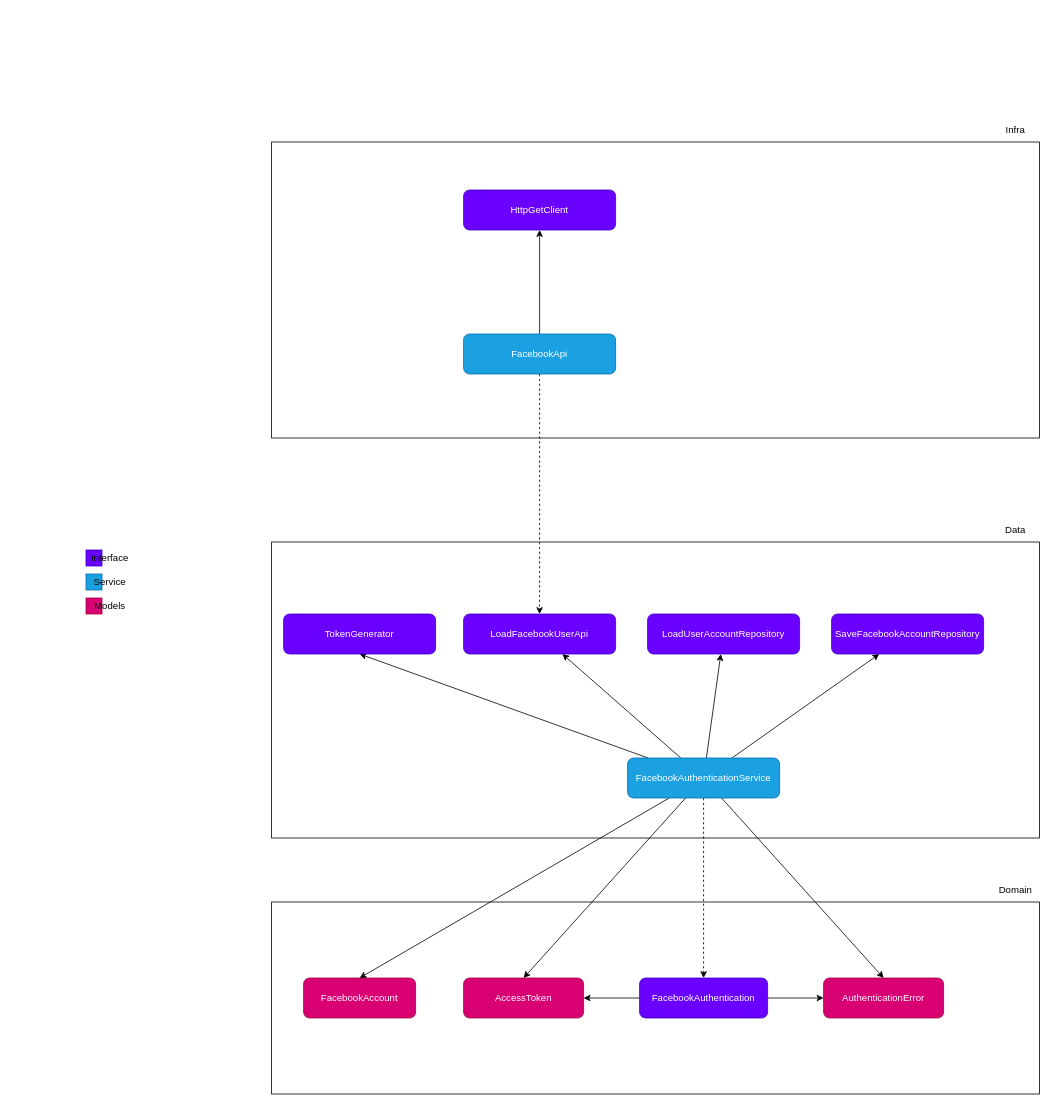
diogo-braz/facebook-api-integration keeps this draw.io diagram as docs/facebook-authentication/dependencies.drawio. Above is the earlier version. Source tidied: cells renumbered, new cells numbered last; positions are measured from the earlier drawing's top-left corner, leaving out a move shared by most shapes. Both pictures are drawn from the tidied source at 80%, with x=0, y=0 at pixel (86, 118).
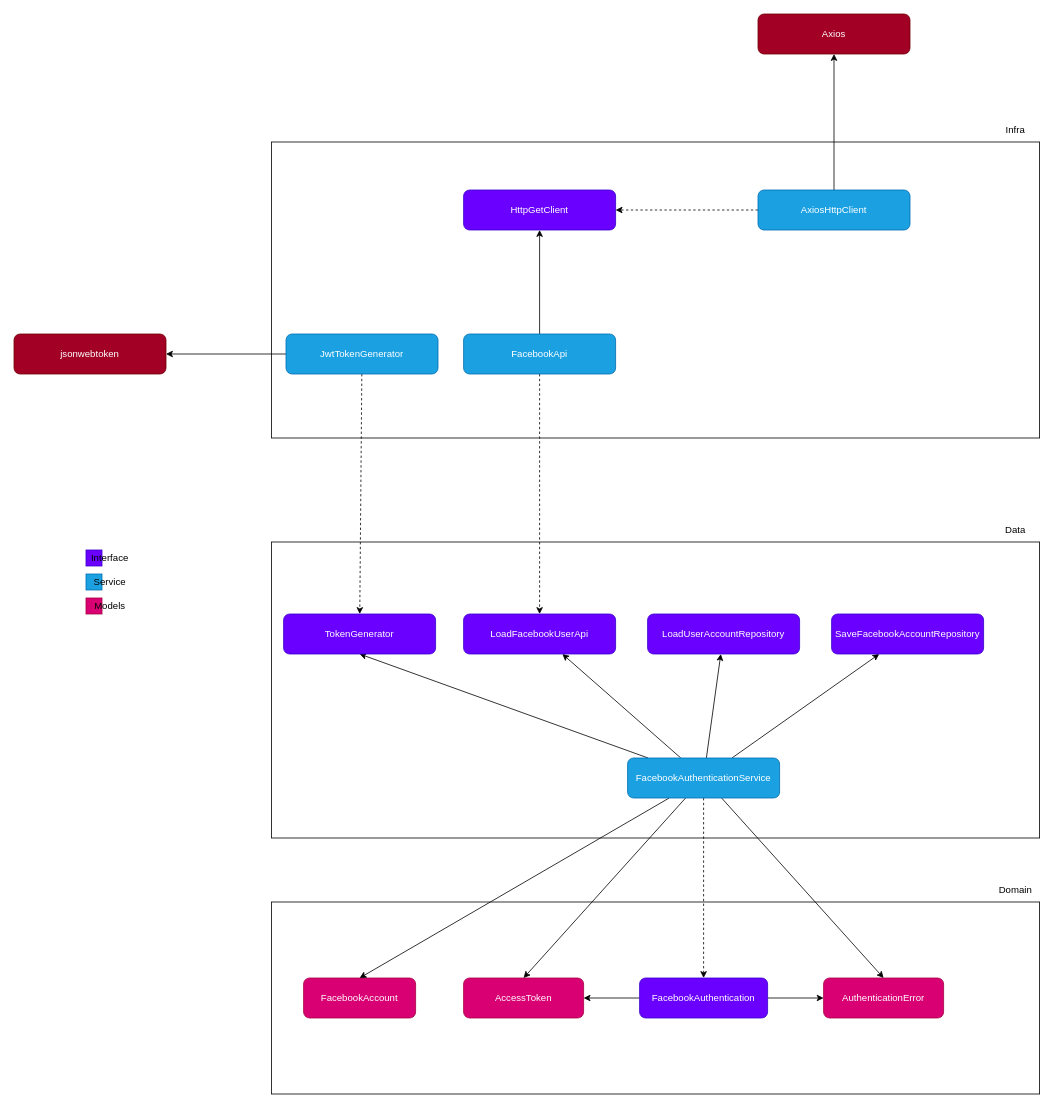
After the change.

Commit message:
docs: update facebook authentication diagram

The change refers to these unchanged cells:
```xml
<mxCell id="21" value="TokenGenerator" style="rounded=1;whiteSpace=wrap;html=1;fillColor=#6a00ff;fontColor=#ffffff;strokeColor=#3700CC;" parent="1" vertex="1">
  <mxGeometry x="247" y="620" width="190" height="50" as="geometry" />
</mxCell>
<mxCell id="40" value="HttpGetClient" style="rounded=1;whiteSpace=wrap;html=1;fillColor=#6a00ff;fontColor=#ffffff;strokeColor=#3700CC;" parent="1" vertex="1">
  <mxGeometry x="472" y="90" width="190" height="50" as="geometry" />
</mxCell>
```

The edit, as a diff of the source:
```diff
@@
+    <mxCell id="44" value="Axios" style="rounded=1;whiteSpace=wrap;html=1;fillColor=#a20025;fontColor=#ffffff;strokeColor=#6F0000;" parent="1" vertex="1">
+      <mxGeometry x="840" y="-130" width="190" height="50" as="geometry" />
+    </mxCell>
+    <mxCell id="45" style="edgeStyle=none;html=1;entryX=1;entryY=0.5;entryDx=0;entryDy=0;dashed=1;" parent="1" edge="1" source="47" target="40">
+      <mxGeometry relative="1" as="geometry" />
+    </mxCell>
+    <mxCell id="46" style="edgeStyle=none;html=1;" parent="1" edge="1" source="47" target="44">
+      <mxGeometry relative="1" as="geometry" />
+    </mxCell>
+    <mxCell id="47" value="AxiosHttpClient" style="rounded=1;whiteSpace=wrap;html=1;fillColor=#1ba1e2;fontColor=#ffffff;strokeColor=#006EAF;" parent="1" vertex="1">
+      <mxGeometry x="840" y="90" width="190" height="50" as="geometry" />
+    </mxCell>
+    <mxCell id="48" style="edgeStyle=none;html=1;dashed=1;" parent="1" edge="1" source="50" target="21">
+      <mxGeometry relative="1" as="geometry" />
+    </mxCell>
+    <mxCell id="49" style="edgeStyle=none;html=1;entryX=1;entryY=0.5;entryDx=0;entryDy=0;" parent="1" edge="1" source="50" target="51">
+      <mxGeometry relative="1" as="geometry" />
+    </mxCell>
+    <mxCell id="50" value="JwtTokenGenerator" style="rounded=1;whiteSpace=wrap;html=1;fillColor=#1ba1e2;fontColor=#ffffff;strokeColor=#006EAF;" parent="1" vertex="1">
+      <mxGeometry x="250" y="270" width="190" height="50" as="geometry" />
+    </mxCell>
+    <mxCell id="51" value="jsonwebtoken" style="rounded=1;whiteSpace=wrap;html=1;fillColor=#a20025;fontColor=#ffffff;strokeColor=#6F0000;" parent="1" vertex="1">
+      <mxGeometry x="-90" y="270" width="190" height="50" as="geometry" />
+    </mxCell>
```
